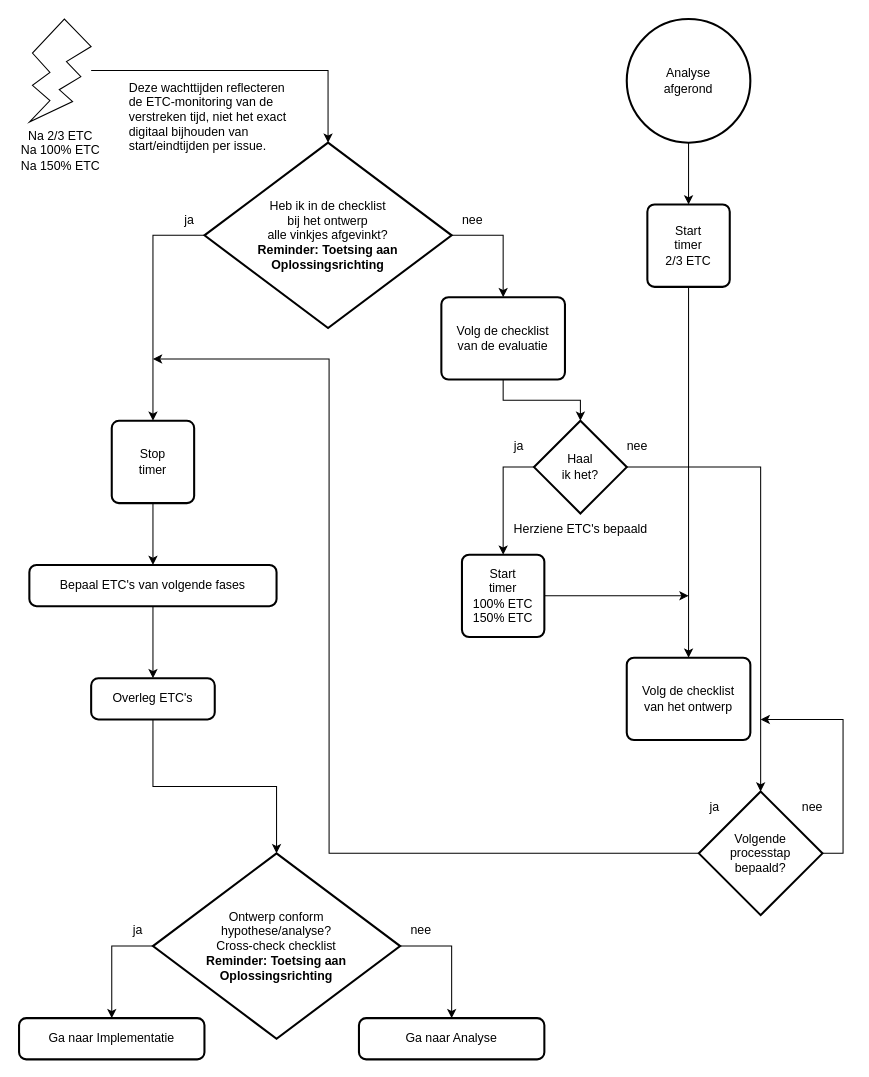
The draw.io diagram 3 Issue Tracker ontwerp.drawio in Zaibatsu89/IssueTracker, before the edit. Source tidied: cells renumbered, new cells numbered last; positions are measured from the earlier drawing's top-left corner, leaving out a move shared by most shapes. Both pictures are drawn from the tidied source at 103%, with x=0, y=0 at pixel (19, 19).
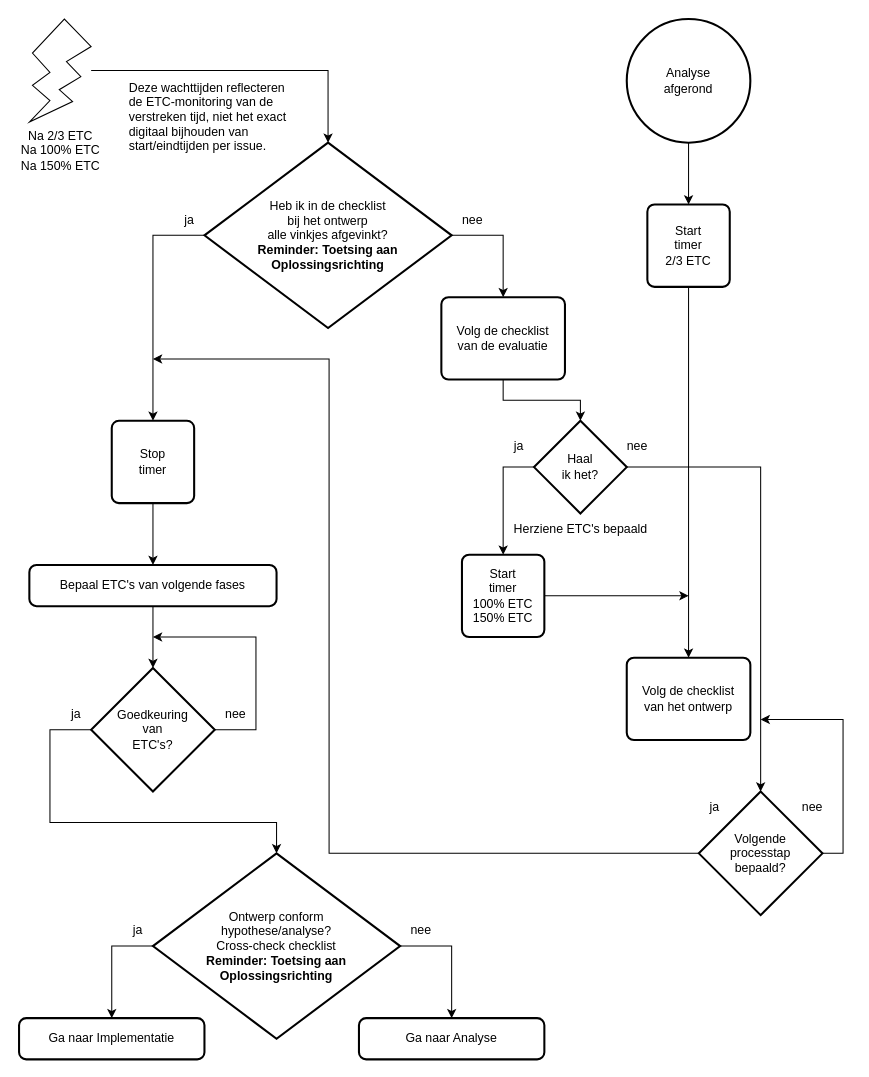
After the change.

Commit message (it also covers changes not shown here):
Goedkeuring van oplossingsrichting en ETC? in intake flowchart

The change refers to these unchanged cells:
```xml
<mxCell id="13" value="Ontwerp conform&lt;br&gt;hypothese/analyse?&lt;br&gt;Cross-check checklist&lt;br&gt;&lt;b&gt;Reminder: Toetsing aan Oplossingsrichting&lt;/b&gt;" style="strokeWidth=2;html=1;shape=mxgraph.flowchart.decision;whiteSpace=wrap;" parent="1" vertex="1">
  <mxGeometry x="130" y="810" width="240" height="180" as="geometry" />
</mxCell>
<mxCell id="17" value="Bepaal ETC's van volgende fases" style="rounded=1;whiteSpace=wrap;html=1;absoluteArcSize=1;arcSize=14;strokeWidth=2;" parent="1" vertex="1">
  <mxGeometry x="10" y="530" width="240" height="40" as="geometry" />
</mxCell>
```

Change to the diagram source:
```diff
@@
-    <mxCell id="3" value="Analyse&lt;div&gt;afgerond&lt;/div&gt;" style="strokeWidth=2;html=1;shape=mxgraph.flowchart.start_2;whiteSpace=wrap;" parent="1" vertex="1">
+    <mxCell id="3" value="Analyse&lt;br&gt;afgerond" style="strokeWidth=2;html=1;shape=mxgraph.flowchart.start_2;whiteSpace=wrap;" parent="1" vertex="1">
       <mxGeometry x="590" width="120" height="120" as="geometry" />
     </mxCell>
@@
-    <mxCell id="16" style="edgeStyle=orthogonalEdgeStyle;rounded=0;jettySize=auto;html=1;" parent="1" edge="1" source="17" target="18">
+    <mxCell id="16" style="edgeStyle=orthogonalEdgeStyle;rounded=0;jettySize=auto;html=1;entryX=0.5;entryY=0;entryDx=0;entryDy=0;entryPerimeter=0;" parent="1" edge="1" source="17" target="44">
       <mxGeometry relative="1" as="geometry" />
     </mxCell>
@@
-    <mxCell id="18" value="Overleg ETC's" style="rounded=1;whiteSpace=wrap;html=1;absoluteArcSize=1;arcSize=14;strokeWidth=2;" parent="1" vertex="1">
-      <mxGeometry x="70" y="640" width="120" height="40" as="geometry" />
-    </mxCell>
@@
-    <mxCell id="20" style="edgeStyle=orthogonalEdgeStyle;rounded=0;jettySize=auto;html=1;exitX=0.5;exitY=1;exitDx=0;exitDy=0;entryX=0.5;entryY=0;entryDx=0;entryDy=0;entryPerimeter=0;" parent="1" edge="1" source="18" target="13">
-      <mxGeometry relative="1" as="geometry" />
-    </mxCell>
@@
+    <mxCell id="43" style="edgeStyle=orthogonalEdgeStyle;rounded=0;jettySize=auto;html=1;exitX=1;exitY=0.5;exitDx=0;exitDy=0;exitPerimeter=0;" parent="1" edge="1" source="44">
+      <mxGeometry relative="1" as="geometry">
+        <mxPoint x="130" y="600" as="targetPoint" />
+        <Array as="points">
+          <mxPoint x="230" y="690" />
+        </Array>
+      </mxGeometry>
+    </mxCell>
+    <mxCell id="44" value="Goedkeuring&lt;br&gt;van&lt;br&gt;ETC's?" style="strokeWidth=2;html=1;shape=mxgraph.flowchart.decision;whiteSpace=wrap;" parent="1" vertex="1">
+      <mxGeometry x="70" y="630" width="120" height="120" as="geometry" />
+    </mxCell>
+    <mxCell id="45" style="edgeStyle=orthogonalEdgeStyle;rounded=0;jettySize=auto;html=1;exitX=0;exitY=0.5;exitDx=0;exitDy=0;exitPerimeter=0;entryX=0.5;entryY=0;entryDx=0;entryDy=0;entryPerimeter=0;" parent="1" edge="1" source="44" target="13">
+      <mxGeometry relative="1" as="geometry">
+        <Array as="points">
+          <mxPoint x="30" y="690" />
+          <mxPoint x="30" y="780" />
+          <mxPoint x="250" y="780" />
+        </Array>
+      </mxGeometry>
+    </mxCell>
+    <mxCell id="46" value="ja" style="text;html=1;align=center;verticalAlign=middle;strokeColor=none;fillColor=none;" parent="1" vertex="1">
+      <mxGeometry x="40" y="660" width="30" height="30" as="geometry" />
+    </mxCell>
+    <mxCell id="47" value="nee" style="text;html=1;align=center;verticalAlign=middle;strokeColor=none;fillColor=none;" parent="1" vertex="1">
+      <mxGeometry x="190" y="660" width="40" height="30" as="geometry" />
+    </mxCell>
```
